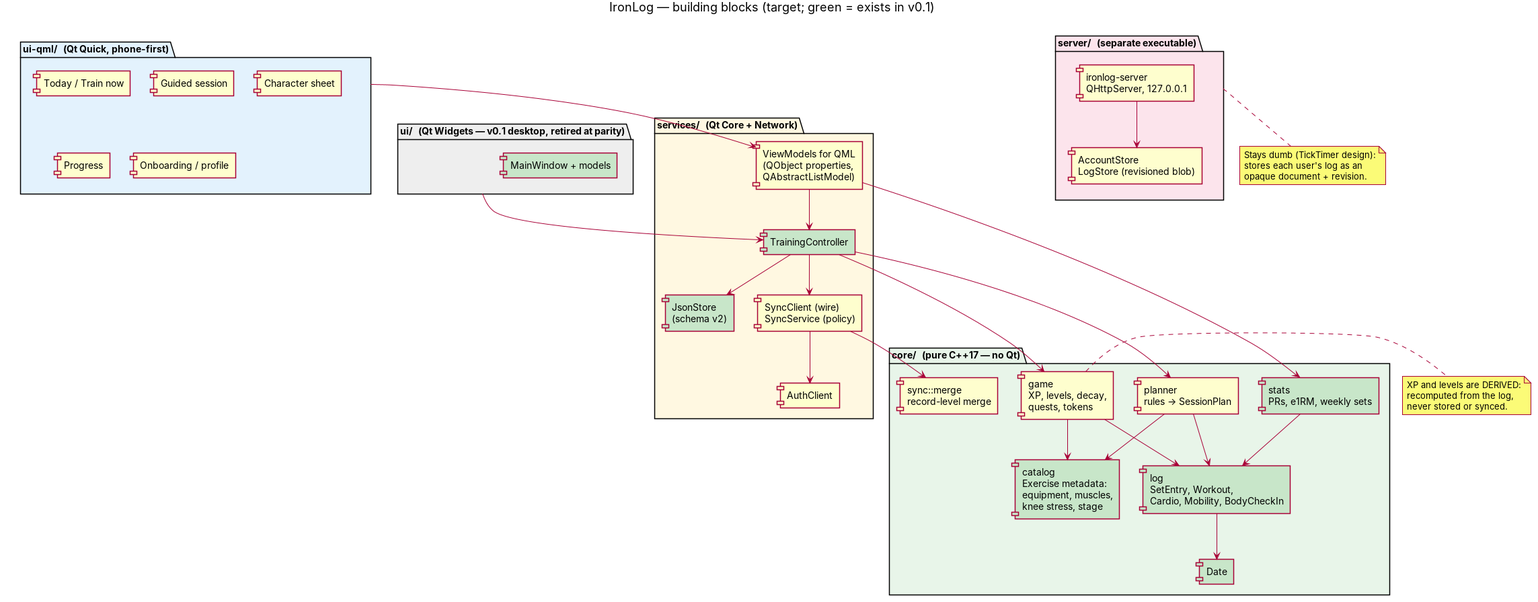
LovedArie/IronLog keeps this PlantUML diagram as diagrams/rendered/building_blocks.png. Above is the earlier version. Its source is kept beside it as diagrams/building_blocks.puml.
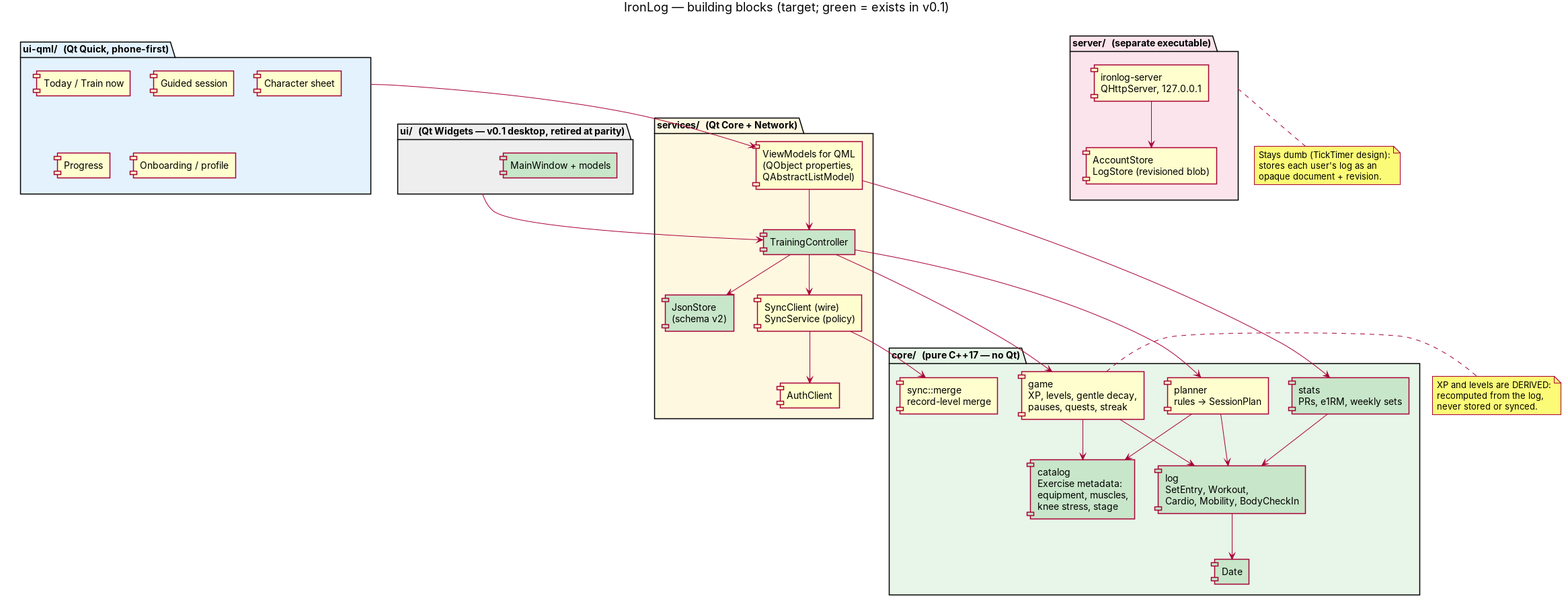
The same diagram one commit later.

Commit message:
Docs: game rules v2 from research round 2 (ADR-022)

The edit, as a diff of the source:
```diff
@@ -32,7 +32,7 @@
   component "catalog\nExercise metadata:\nequipment, muscles,\nknee stress, stage" as CAT #C8E6C9
   component "stats\nPRs, e1RM, weekly sets" as ST #C8E6C9
   component "planner\nrules → SessionPlan" as PL
-  component "game\nXP, levels, decay,\nquests, tokens" as GM
+  component "game\nXP, levels, gentle decay,\npauses, quests, streak" as GM
   component "sync::merge\nrecord-level merge" as MG
   component "Date" as DT #C8E6C9
 }
```
